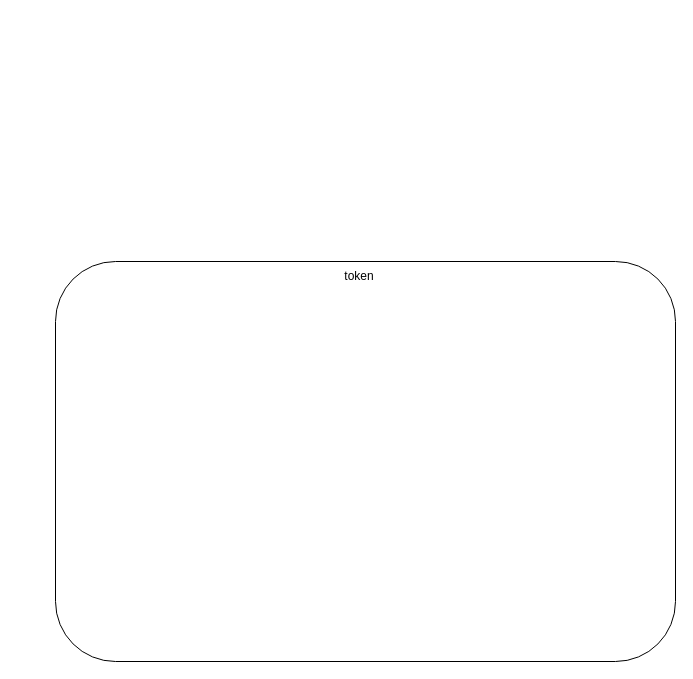
The draw.io diagram op-relayer.drawio in chixiaowen/drawio, before the edit. Source tidied: cells renumbered, new cells numbered last; positions are measured from the earlier drawing's top-left corner, leaving out a move shared by most shapes. Both pictures are drawn from the tidied source at 100%, with x=0, y=0 at pixel (55, 261).
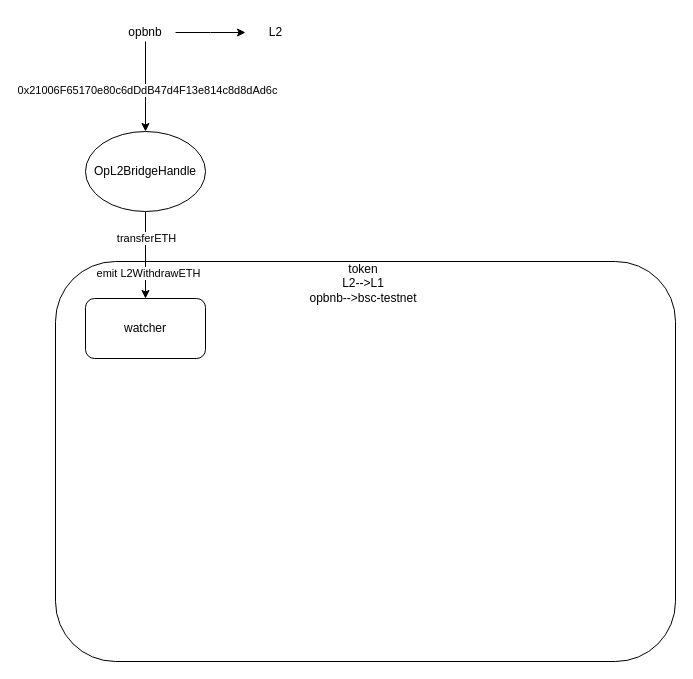
The same page after the edit.

What changed in the source:
```diff
@@
 <mxGraphModel>
   <root>
     <mxCell id="0" />
     <mxCell id="1" parent="0" />
     <mxCell id="2" style="rounded=1;whiteSpace=wrap;html=1;" parent="1" vertex="1">
       <mxGeometry width="620" height="400" as="geometry" />
     </mxCell>
-    <mxCell id="3" value="token" style="text;strokeColor=none;align=center;fillColor=none;html=1;verticalAlign=middle;whiteSpace=wrap;rounded=0;" parent="1" vertex="1">
-      <mxGeometry x="274" width="60" height="30" as="geometry" />
+    <mxCell id="3" value="token&lt;br&gt;L2--&amp;gt;L1&lt;br&gt;opbnb--&amp;gt;bsc-testnet" style="text;strokeColor=none;align=center;fillColor=none;html=1;verticalAlign=middle;whiteSpace=wrap;rounded=0;" parent="1" vertex="1">
+      <mxGeometry x="240" y="7" width="136" height="30" as="geometry" />
     </mxCell>
+    <mxCell id="4" value="watcher" style="rounded=1;whiteSpace=wrap;html=1;" parent="1" vertex="1">
+      <mxGeometry x="30" y="37" width="120" height="60" as="geometry" />
+    </mxCell>
+    <mxCell id="5" style="edgeStyle=orthogonalEdgeStyle;rounded=0;jettySize=auto;html=1;" parent="1" edge="1" source="8" target="4">
+      <mxGeometry relative="1" as="geometry" />
+    </mxCell>
+    <mxCell id="6" value="transferETH" style="edgeLabel;html=1;align=center;verticalAlign=middle;" parent="5" vertex="1">
+      <mxGeometry x="-0.4" relative="1" as="geometry" />
+    </mxCell>
+    <mxCell id="7" value="emit L2WithdrawETH" style="edgeLabel;html=1;align=center;verticalAlign=middle;" parent="5" vertex="1">
+      <mxGeometry x="0.4" y="2" relative="1" as="geometry" />
+    </mxCell>
+    <mxCell id="8" value="OpL2BridgeHandle" style="ellipse;whiteSpace=wrap;html=1;" parent="1" vertex="1">
+      <mxGeometry x="30" y="-130" width="120" height="80" as="geometry" />
+    </mxCell>
+    <mxCell id="9" style="endArrow=classic;html=1;rounded=0;entryX=0.5;entryY=0;entryDx=0;entryDy=0;" parent="1" edge="1" target="8">
+      <mxGeometry relative="1" as="geometry">
+        <mxPoint x="90" y="-220" as="sourcePoint" />
+      </mxGeometry>
+    </mxCell>
+    <mxCell id="10" value="0x21006F65170e80c6dDdB47d4F13e814c8d8dAd6c" style="edgeLabel;html=1;align=center;verticalAlign=middle;" parent="9" vertex="1">
+      <mxGeometry x="0.07" y="1" relative="1" as="geometry" />
+    </mxCell>
+    <mxCell id="11" style="edgeStyle=orthogonalEdgeStyle;rounded=0;jettySize=auto;html=1;" parent="1" edge="1" source="12">
+      <mxGeometry relative="1" as="geometry">
+        <mxPoint x="190" y="-229" as="targetPoint" />
+      </mxGeometry>
+    </mxCell>
+    <mxCell id="12" value="opbnb" style="text;strokeColor=none;align=center;fillColor=none;html=1;verticalAlign=middle;whiteSpace=wrap;rounded=0;" parent="1" vertex="1">
+      <mxGeometry x="60" y="-244" width="60" height="30" as="geometry" />
+    </mxCell>
+    <mxCell id="13" value="L2" style="text;html=1;align=center;verticalAlign=middle;strokeColor=none;fillColor=none;" parent="1" vertex="1">
+      <mxGeometry x="200" y="-244" width="40" height="30" as="geometry" />
+    </mxCell>
   </root>
 </mxGraphModel>
```
